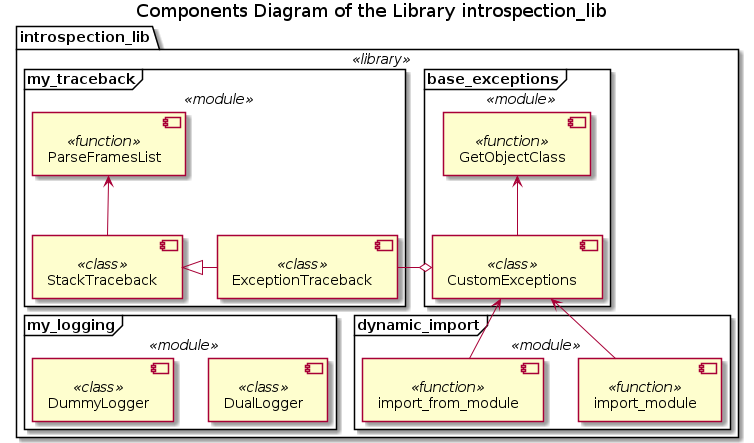
Earlier version of the PlantUML export Documentation/UML/components.png (FooBarShebang/introspection_lib).
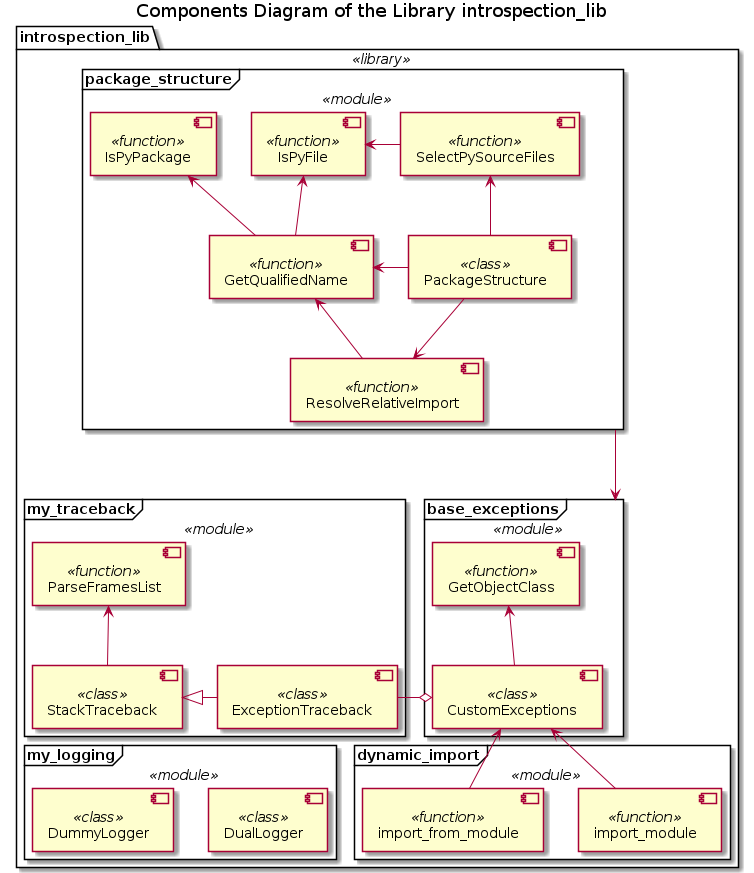
After the commit.

Change to the diagram source:
```diff
@@ -7,9 +7,15 @@
 !endif
 
 $library(introspection_lib) {
+    !if $is_not_defined("$PACKAGE_STRUCTURE_COMPONENTS")
+        !include ./package_structure/package_structure_components.iuml
+    !endif
+
     !if $is_not_defined("$BASE_EXCEPTIONS_COMPONENTS")
         !include ./base_exceptions/base_exceptions_components.iuml
     !endif
+
+    package_structure -----> base_exceptions
 
     !if $is_not_defined("$TRACEBACK_COMPONENTS")
         !include ./traceback/traceback_components.iuml
```
